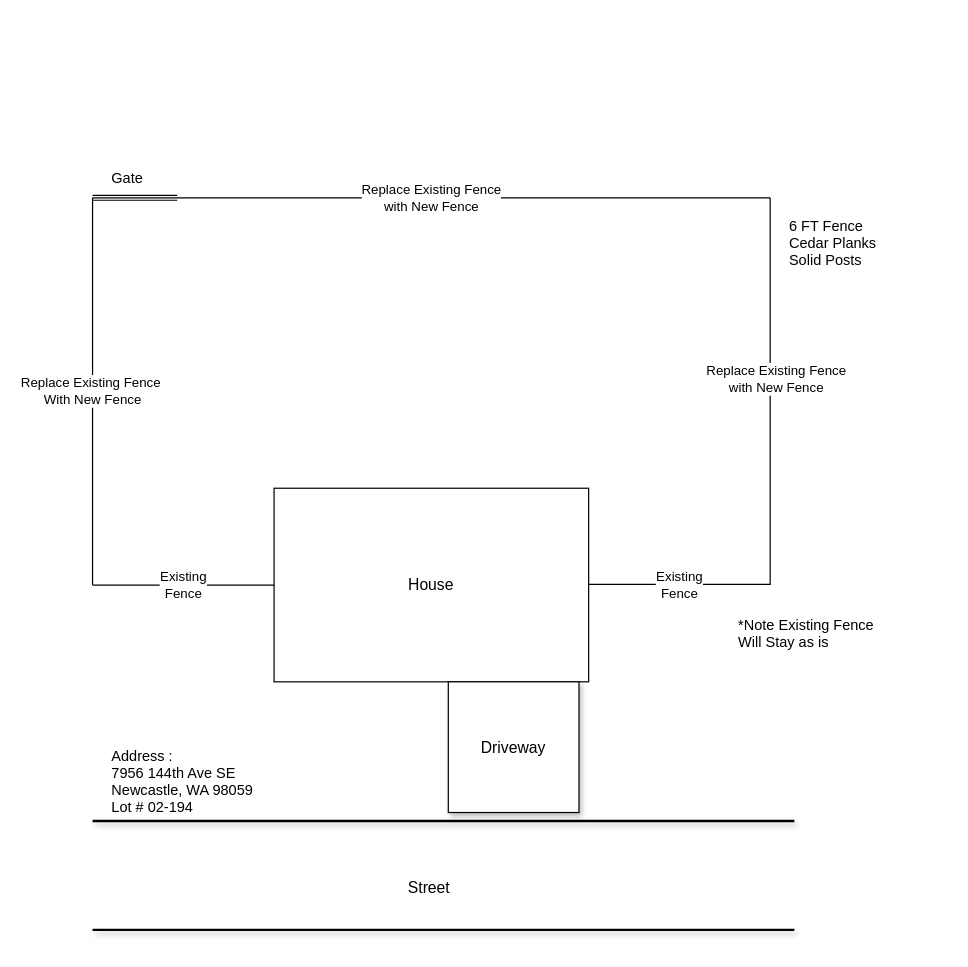
The draw.io diagram Untitled Diagram.drawio in ilokos/hello-world, before the edit. Source tidied: cells renumbered, new cells numbered last; positions are measured from the earlier drawing's top-left corner, leaving out a move shared by most shapes. Both pictures are drawn from the tidied source at 121%, with x=0, y=0 at pixel (92, 161).
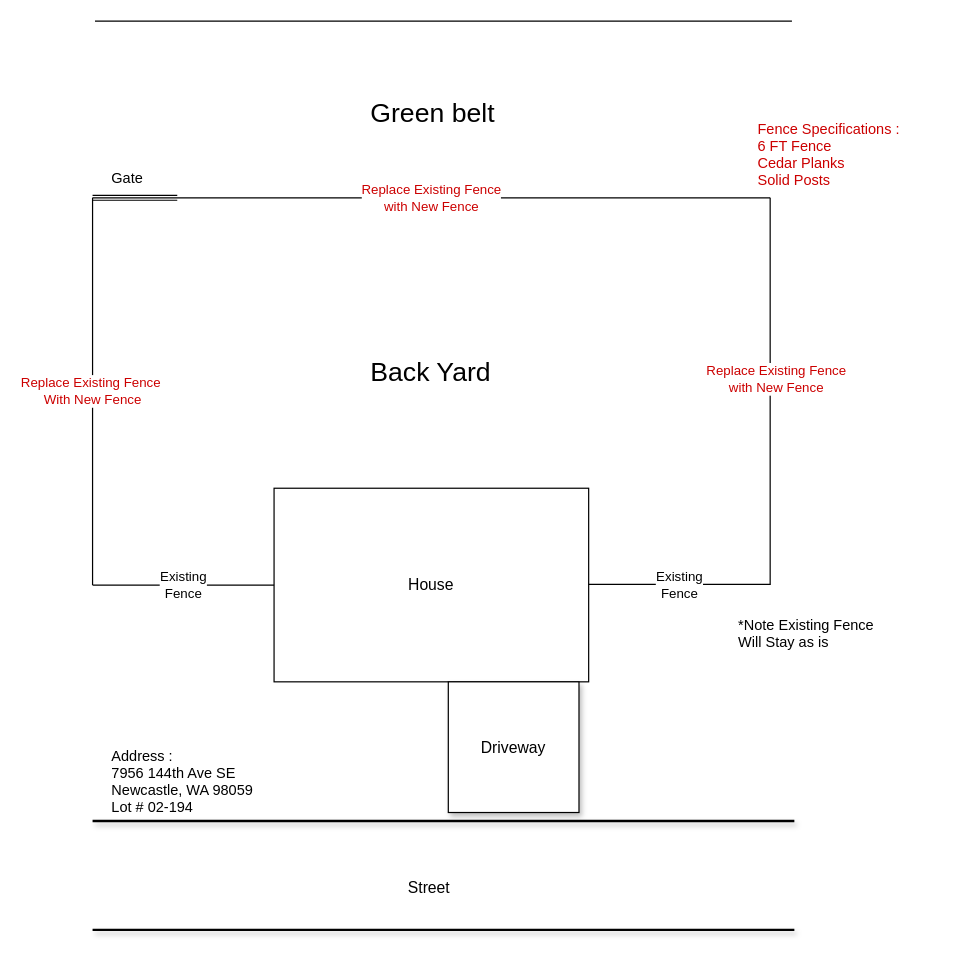
The same diagram, later.

Commit message:
Talvo_Fence_Proposal

What changed in the source:
```diff
@@
-    <mxCell id="5" value="Replace Existing Fence&amp;nbsp;&lt;br&gt;With New Fence" style="endArrow=none;html=1;" parent="1" edge="1">
+    <mxCell id="5" value="&lt;font color=&quot;#cc0000&quot;&gt;Replace Existing Fence&amp;nbsp;&lt;br&gt;With New Fence&lt;/font&gt;" style="endArrow=none;html=1;strokeColor=#000000;" parent="1" edge="1">
       <mxGeometry relative="1" as="geometry">
         <mxPoint y="350" as="sourcePoint" />
         <mxPoint y="30" as="targetPoint" />
       </mxGeometry>
     </mxCell>
-    <mxCell id="6" style="endArrow=none;html=1;" parent="1" edge="1">
+    <mxCell id="6" style="endArrow=none;html=1;strokeColor=#000000;" parent="1" edge="1">
       <mxGeometry relative="1" as="geometry">
         <mxPoint x="560" y="350" as="sourcePoint" />
         <mxPoint x="560" y="30" as="targetPoint" />
       </mxGeometry>
     </mxCell>
-    <mxCell id="7" value="Replace Existing Fence&lt;br&gt;with New Fence" style="edgeLabel;html=1;align=center;verticalAlign=middle;" parent="6" vertex="1">
+    <mxCell id="7" value="&lt;font color=&quot;#cc0000&quot;&gt;Replace Existing Fence&lt;br&gt;with New Fence&lt;/font&gt;" style="edgeLabel;html=1;align=center;verticalAlign=middle;" parent="6" vertex="1">
       <mxGeometry x="0.07" y="-4" relative="1" as="geometry" />
     </mxCell>
-    <mxCell id="8" value="Replace Existing Fence&lt;br&gt;with New Fence" style="endArrow=none;html=1;" parent="1" edge="1">
+    <mxCell id="8" value="&lt;font color=&quot;#cc0000&quot;&gt;Replace Existing Fence&lt;br&gt;with New Fence&lt;/font&gt;" style="endArrow=none;html=1;strokeColor=#000000;" parent="1" edge="1">
       <mxGeometry relative="1" as="geometry">
         <mxPoint y="30" as="sourcePoint" />
         <mxPoint x="560" y="30" as="targetPoint" />
       </mxGeometry>
     </mxCell>
-    <mxCell id="9" value="6 FT Fence&#10;Cedar Planks&#10;Solid Posts" style="text;strokeColor=none;fillColor=none;align=left;verticalAlign=top;spacingLeft=4;spacingRight=4;overflow=hidden;shadow=1;" parent="1" vertex="1">
-      <mxGeometry x="570" y="40" width="130" height="60" as="geometry" />
+    <mxCell id="9" value="Fence Specifications : &#10;6 FT Fence&#10;Cedar Planks&#10;Solid Posts" style="text;strokeColor=none;fillColor=none;align=left;verticalAlign=top;spacingLeft=4;spacingRight=4;overflow=hidden;shadow=1;labelBackgroundColor=#ffffff;fontColor=#CC0000;" parent="1" vertex="1">
+      <mxGeometry x="544" y="-40" width="130" height="60" as="geometry" />
     </mxCell>
@@
+    <mxCell id="18" value="Back Yard " style="text;strokeColor=none;fillColor=none;align=left;verticalAlign=top;spacingLeft=4;spacingRight=4;overflow=hidden;shadow=1;fontSize=22;" parent="1" vertex="1">
+      <mxGeometry x="224" y="154" width="162" height="60" as="geometry" />
+    </mxCell>
+    <mxCell id="19" value="Green belt" style="text;strokeColor=none;fillColor=none;align=left;verticalAlign=top;spacingLeft=4;spacingRight=4;overflow=hidden;shadow=1;fontSize=22;" parent="1" vertex="1">
+      <mxGeometry x="224" y="-60" width="162" height="60" as="geometry" />
+    </mxCell>
+    <mxCell id="20" style="endArrow=none;html=1;strokeColor=#000000;fontSize=22;" parent="1" edge="1">
+      <mxGeometry relative="1" as="geometry">
+        <mxPoint x="2" y="-116" as="sourcePoint" />
+        <mxPoint x="578" y="-116" as="targetPoint" />
+      </mxGeometry>
+    </mxCell>
```
